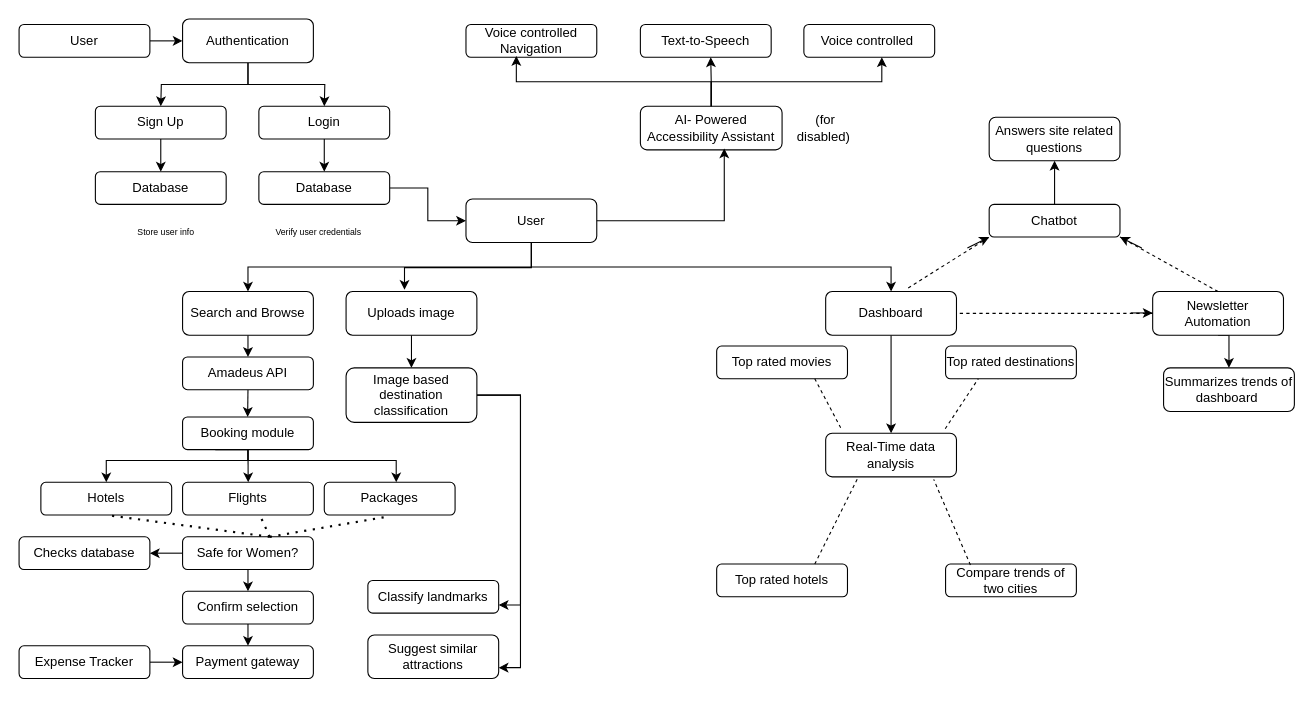
This is Untitled Diagram.drawio from ShaliniKashyap717/Travel_Website, a draw.io file, before an edit. Source tidied: cells renumbered, new cells numbered last; positions are measured from the earlier drawing's top-left corner, leaving out a move shared by most shapes. Both pictures are drawn from the tidied source at 109%, with x=0, y=0 at pixel (19, 19).
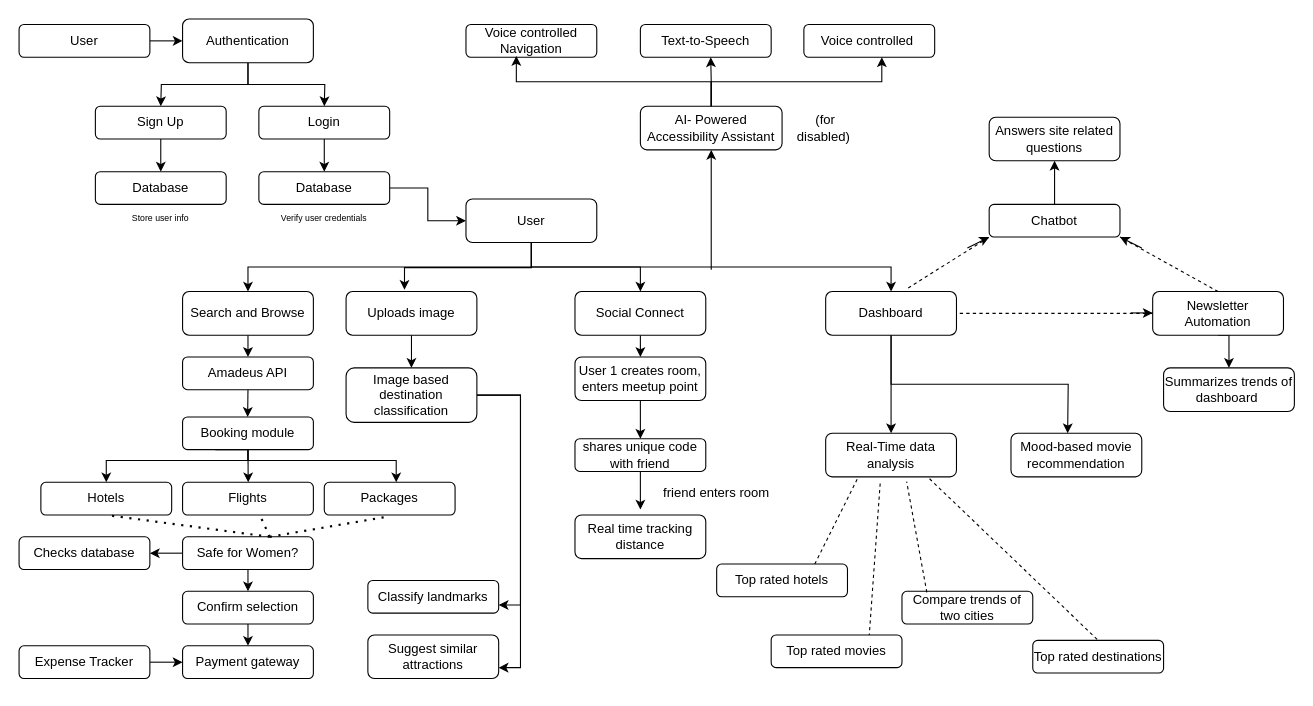
Above is the later version.

Unchanged cells that the change refers to:
```xml
<mxCell id="4" value="User" style="rounded=1;whiteSpace=wrap;html=1;fontSize=12;glass=0;strokeWidth=1;shadow=0;" parent="1" vertex="1">
  <mxGeometry x="410" y="165" width="120" height="40" as="geometry" />
</mxCell>
<mxCell id="6" value="Dashboard" style="rounded=1;whiteSpace=wrap;html=1;fontSize=12;glass=0;strokeWidth=1;shadow=0;" parent="1" vertex="1">
  <mxGeometry x="740" y="250" width="120" height="40" as="geometry" />
</mxCell>
<mxCell id="13" value="Real-Time data analysis" style="rounded=1;whiteSpace=wrap;html=1;fontSize=12;glass=0;strokeWidth=1;shadow=0;" parent="1" vertex="1">
  <mxGeometry x="740" y="380" width="120" height="40" as="geometry" />
</mxCell>
<mxCell id="47" value="AI- Powered Accessibility Assistant" style="rounded=1;whiteSpace=wrap;html=1;" parent="1" vertex="1">
  <mxGeometry x="570" y="80" width="130" height="40" as="geometry" />
</mxCell>
```

What changed in the source:
```diff
@@
+    <mxCell id="85" style="edgeStyle=orthogonalEdgeStyle;rounded=0;jettySize=auto;html=1;exitX=0.5;exitY=1;exitDx=0;exitDy=0;entryX=0.5;entryY=0;entryDx=0;entryDy=0;" parent="1" edge="1" source="4" target="87">
+      <mxGeometry relative="1" as="geometry" />
+    </mxCell>
@@
     <mxCell id="14" value="Top rated movies" style="rounded=1;whiteSpace=wrap;html=1;fontSize=12;glass=0;strokeWidth=1;shadow=0;" parent="1" vertex="1">
-      <mxGeometry x="640" y="300" width="120" height="30" as="geometry" />
+      <mxGeometry x="690" y="565" width="120" height="30" as="geometry" />
     </mxCell>
     <mxCell id="15" value="Top rated destinations" style="rounded=1;whiteSpace=wrap;html=1;fontSize=12;glass=0;strokeWidth=1;shadow=0;" parent="1" vertex="1">
-      <mxGeometry x="850" y="300" width="120" height="30" as="geometry" />
+      <mxGeometry x="930" y="570" width="120" height="30" as="geometry" />
     </mxCell>
@@
     <mxCell id="17" value="Compare trends of two cities" style="rounded=1;whiteSpace=wrap;html=1;fontSize=12;glass=0;strokeWidth=1;shadow=0;" parent="1" vertex="1">
-      <mxGeometry x="850" y="500" width="120" height="30" as="geometry" />
+      <mxGeometry x="810" y="525" width="120" height="30" as="geometry" />
     </mxCell>
-    <mxCell id="18" style="endArrow=none;dashed=1;html=1;rounded=0;exitX=0.115;exitY=-0.125;exitDx=0;exitDy=0;exitPerimeter=0;entryX=0.75;entryY=1;entryDx=0;entryDy=0;" parent="1" edge="1" source="13" target="14">
-      <mxGeometry relative="1" as="geometry" />
+    <mxCell id="18" style="endArrow=none;dashed=1;html=1;rounded=0;entryX=0.75;entryY=0;entryDx=0;entryDy=0;" parent="1" edge="1" target="14">
+      <mxGeometry relative="1" as="geometry">
+        <mxPoint x="790" y="426" as="sourcePoint" />
+      </mxGeometry>
     </mxCell>
-    <mxCell id="19" style="endArrow=none;dashed=1;html=1;rounded=0;entryX=0.25;entryY=1;entryDx=0;entryDy=0;exitX=0.914;exitY=-0.104;exitDx=0;exitDy=0;exitPerimeter=0;" parent="1" edge="1" source="13" target="15">
+    <mxCell id="19" style="endArrow=none;dashed=1;html=1;rounded=0;entryX=0.5;entryY=0;entryDx=0;entryDy=0;exitX=0.794;exitY=1.043;exitDx=0;exitDy=0;exitPerimeter=0;" parent="1" edge="1" source="13" target="15">
       <mxGeometry relative="1" as="geometry" />
     </mxCell>
@@
-    <mxCell id="21" style="endArrow=none;dashed=1;html=1;rounded=0;entryX=0.826;entryY=1.058;entryDx=0;entryDy=0;entryPerimeter=0;exitX=0.19;exitY=0.03;exitDx=0;exitDy=0;exitPerimeter=0;" parent="1" edge="1" source="17" target="13">
+    <mxCell id="21" style="endArrow=none;dashed=1;html=1;rounded=0;entryX=0.619;entryY=1.107;entryDx=0;entryDy=0;exitX=0.19;exitY=0.03;exitDx=0;exitDy=0;exitPerimeter=0;entryPerimeter=0;" parent="1" edge="1" source="17" target="13">
       <mxGeometry relative="1" as="geometry" />
     </mxCell>
@@
     <mxCell id="29" value="&lt;font style=&quot;font-size: 8px;&quot;&gt;Store user info&lt;/font&gt;" style="text;html=1;align=center;verticalAlign=middle;whiteSpace=wrap;rounded=0;fontSize=10;" parent="1" vertex="1">
-      <mxGeometry x="100" y="190" width="70" height="10" as="geometry" />
+      <mxGeometry x="95" y="177" width="70" height="10" as="geometry" />
     </mxCell>
     <mxCell id="30" value="&lt;font style=&quot;font-size: 8px;&quot;&gt;Verify user credentials&lt;/font&gt;" style="text;html=1;align=center;verticalAlign=middle;whiteSpace=wrap;rounded=0;fontSize=10;" parent="1" vertex="1">
-      <mxGeometry x="230" y="190" width="90" height="10" as="geometry" />
+      <mxGeometry x="235" y="177" width="90" height="10" as="geometry" />
     </mxCell>
@@
-    <mxCell id="54" style="edgeStyle=orthogonalEdgeStyle;rounded=0;jettySize=auto;html=1;exitX=1;exitY=0.5;exitDx=0;exitDy=0;entryX=0.592;entryY=0.967;entryDx=0;entryDy=0;entryPerimeter=0;" parent="1" edge="1" source="4" target="47">
-      <mxGeometry relative="1" as="geometry" />
-    </mxCell>
@@
+    <mxCell id="86" style="edgeStyle=orthogonalEdgeStyle;rounded=0;jettySize=auto;html=1;exitX=0.5;exitY=1;exitDx=0;exitDy=0;entryX=0.5;entryY=0;entryDx=0;entryDy=0;" parent="1" edge="1" source="87" target="90">
+      <mxGeometry relative="1" as="geometry" />
+    </mxCell>
+    <mxCell id="87" value="Social Connect" style="rounded=1;whiteSpace=wrap;html=1;" parent="1" vertex="1">
+      <mxGeometry x="510" y="250" width="120" height="40" as="geometry" />
+    </mxCell>
+    <mxCell id="88" style="endArrow=classic;html=1;rounded=0;entryX=0.5;entryY=1;entryDx=0;entryDy=0;" parent="1" edge="1" target="47">
+      <mxGeometry relative="1" as="geometry">
+        <mxPoint x="635" y="230" as="sourcePoint" />
+      </mxGeometry>
+    </mxCell>
+    <mxCell id="89" style="edgeStyle=orthogonalEdgeStyle;rounded=0;jettySize=auto;html=1;exitX=0.5;exitY=1;exitDx=0;exitDy=0;entryX=0.5;entryY=0;entryDx=0;entryDy=0;" parent="1" edge="1" source="90" target="92">
+      <mxGeometry relative="1" as="geometry" />
+    </mxCell>
+    <mxCell id="90" value="User 1 creates room, enters meetup point" style="rounded=1;whiteSpace=wrap;html=1;fontSize=12;glass=0;strokeWidth=1;shadow=0;" parent="1" vertex="1">
+      <mxGeometry x="510" y="310" width="120" height="40" as="geometry" />
+    </mxCell>
+    <mxCell id="91" style="edgeStyle=orthogonalEdgeStyle;rounded=0;jettySize=auto;html=1;exitX=0.5;exitY=1;exitDx=0;exitDy=0;" parent="1" edge="1" source="92">
+      <mxGeometry relative="1" as="geometry">
+        <mxPoint x="570" y="450" as="targetPoint" />
+      </mxGeometry>
+    </mxCell>
+    <mxCell id="92" value="shares unique code with friend" style="rounded=1;whiteSpace=wrap;html=1;fontSize=12;glass=0;strokeWidth=1;shadow=0;" parent="1" vertex="1">
+      <mxGeometry x="510" y="385" width="120" height="30" as="geometry" />
+    </mxCell>
+    <mxCell id="93" value="Real time tracking distance" style="rounded=1;whiteSpace=wrap;html=1;fontSize=12;glass=0;strokeWidth=1;shadow=0;" parent="1" vertex="1">
+      <mxGeometry x="510" y="455" width="120" height="40" as="geometry" />
+    </mxCell>
+    <mxCell id="94" value="friend enters room" style="text;html=1;align=center;verticalAlign=middle;whiteSpace=wrap;rounded=0;" parent="1" vertex="1">
+      <mxGeometry x="580" y="420" width="120" height="30" as="geometry" />
+    </mxCell>
+    <mxCell id="95" value="Mood-based movie recommendation" style="rounded=1;whiteSpace=wrap;html=1;fontSize=12;glass=0;strokeWidth=1;shadow=0;" parent="1" vertex="1">
+      <mxGeometry x="910" y="380" width="120" height="40" as="geometry" />
+    </mxCell>
+    <mxCell id="96" style="edgeStyle=orthogonalEdgeStyle;rounded=0;jettySize=auto;html=1;exitX=0.5;exitY=1;exitDx=0;exitDy=0;" parent="1" edge="1" source="6">
+      <mxGeometry relative="1" as="geometry">
+        <mxPoint x="962" y="380" as="targetPoint" />
+      </mxGeometry>
+    </mxCell>
```
